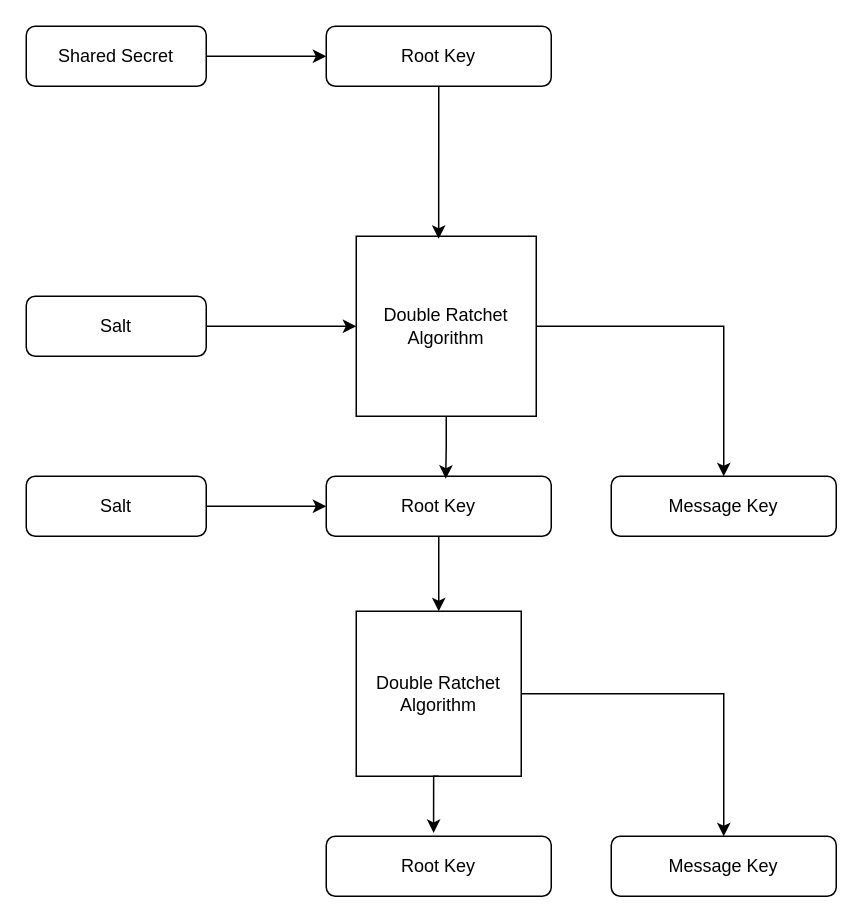
The draw.io diagram Untitled Diagram.drawio in itsAdee/QuantumMessaging, before the edit. Source tidied: cells renumbered, new cells numbered last; positions are measured from the earlier drawing's top-left corner, leaving out a move shared by most shapes. Both pictures are drawn from the tidied source at 150%, with x=0, y=0 at pixel (26, 26).
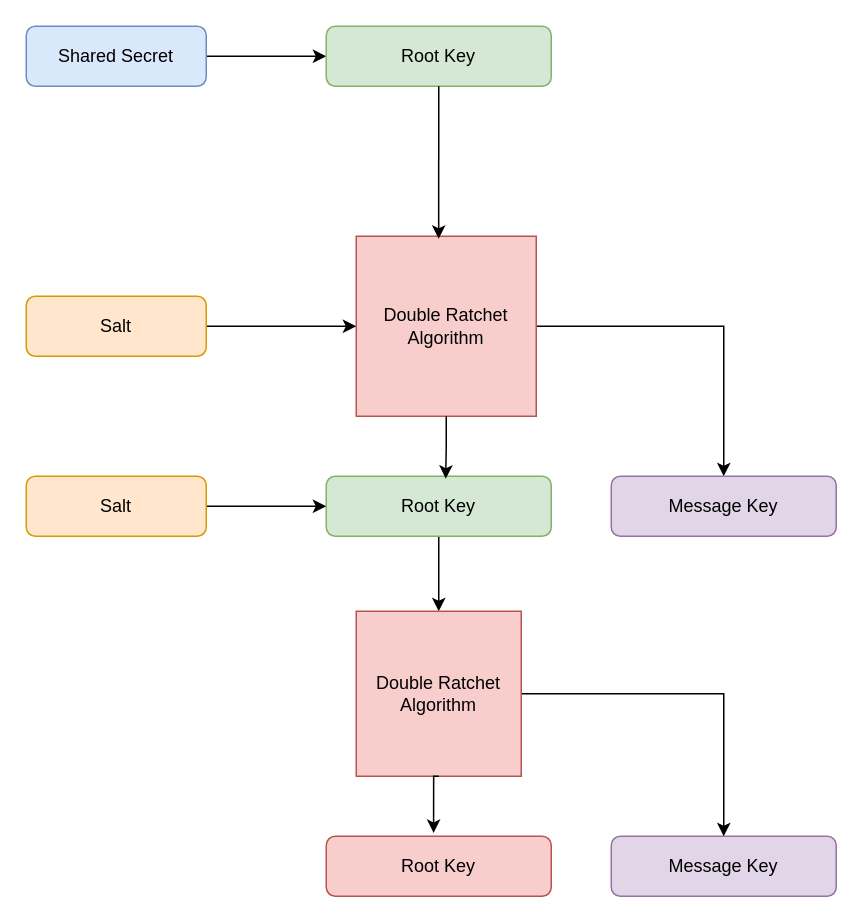
Above is the later version.

Diff of the diagram source:
```diff
@@
-    <mxCell id="2" value="Message Key" style="rounded=1;whiteSpace=wrap;html=1;" parent="1" vertex="1">
+    <mxCell id="2" value="Message Key" style="rounded=1;whiteSpace=wrap;html=1;fillColor=#e1d5e7;strokeColor=#9673a6;" parent="1" vertex="1">
       <mxGeometry x="390" y="540" width="150" height="40" as="geometry" />
     </mxCell>
@@
-    <mxCell id="4" value="Shared Secret" style="rounded=1;whiteSpace=wrap;html=1;" parent="1" vertex="1">
+    <mxCell id="4" value="Shared Secret" style="rounded=1;whiteSpace=wrap;html=1;fillColor=#dae8fc;strokeColor=#6c8ebf;" parent="1" vertex="1">
       <mxGeometry width="120" height="40" as="geometry" />
     </mxCell>
@@
-    <mxCell id="6" value="Double Ratchet Algorithm" style="whiteSpace=wrap;html=1;" parent="1" vertex="1">
+    <mxCell id="6" value="Double Ratchet Algorithm" style="whiteSpace=wrap;html=1;fillColor=#f8cecc;strokeColor=#b85450;" parent="1" vertex="1">
       <mxGeometry x="220" y="140" width="120" height="120" as="geometry" />
     </mxCell>
@@
-    <mxCell id="8" value="Salt" style="rounded=1;whiteSpace=wrap;html=1;" parent="1" vertex="1">
+    <mxCell id="8" value="Salt" style="rounded=1;whiteSpace=wrap;html=1;fillColor=#ffe6cc;strokeColor=#d79b00;" parent="1" vertex="1">
       <mxGeometry y="180" width="120" height="40" as="geometry" />
     </mxCell>
-    <mxCell id="9" value="Root Key" style="rounded=1;whiteSpace=wrap;html=1;" parent="1" vertex="1">
+    <mxCell id="9" value="Root Key" style="rounded=1;whiteSpace=wrap;html=1;fillColor=#d5e8d4;strokeColor=#82b366;" parent="1" vertex="1">
       <mxGeometry x="200" width="150" height="40" as="geometry" />
     </mxCell>
@@
-    <mxCell id="12" value="Root Key" style="rounded=1;whiteSpace=wrap;html=1;" parent="1" vertex="1">
+    <mxCell id="12" value="Root Key" style="rounded=1;whiteSpace=wrap;html=1;fillColor=#d5e8d4;strokeColor=#82b366;" parent="1" vertex="1">
       <mxGeometry x="200" y="300" width="150" height="40" as="geometry" />
     </mxCell>
-    <mxCell id="13" value="Message Key" style="rounded=1;whiteSpace=wrap;html=1;" parent="1" vertex="1">
+    <mxCell id="13" value="Message Key" style="rounded=1;whiteSpace=wrap;html=1;fillColor=#e1d5e7;strokeColor=#9673a6;" parent="1" vertex="1">
       <mxGeometry x="390" y="300" width="150" height="40" as="geometry" />
     </mxCell>
@@
-    <mxCell id="16" value="Double Ratchet Algorithm" style="whiteSpace=wrap;html=1;" parent="1" vertex="1">
+    <mxCell id="16" value="Double Ratchet Algorithm" style="whiteSpace=wrap;html=1;fillColor=#f8cecc;strokeColor=#b85450;" parent="1" vertex="1">
       <mxGeometry x="220" y="390" width="110" height="110" as="geometry" />
     </mxCell>
-    <mxCell id="17" value="Root Key" style="rounded=1;whiteSpace=wrap;html=1;" parent="1" vertex="1">
+    <mxCell id="17" value="Root Key" style="rounded=1;whiteSpace=wrap;html=1;fillColor=#f8cecc;strokeColor=#b85450;" parent="1" vertex="1">
       <mxGeometry x="200" y="540" width="150" height="40" as="geometry" />
     </mxCell>
@@
-    <mxCell id="20" value="Salt" style="rounded=1;whiteSpace=wrap;html=1;" parent="1" vertex="1">
+    <mxCell id="20" value="Salt" style="rounded=1;whiteSpace=wrap;html=1;fillColor=#ffe6cc;strokeColor=#d79b00;" parent="1" vertex="1">
       <mxGeometry y="300" width="120" height="40" as="geometry" />
     </mxCell>
```
